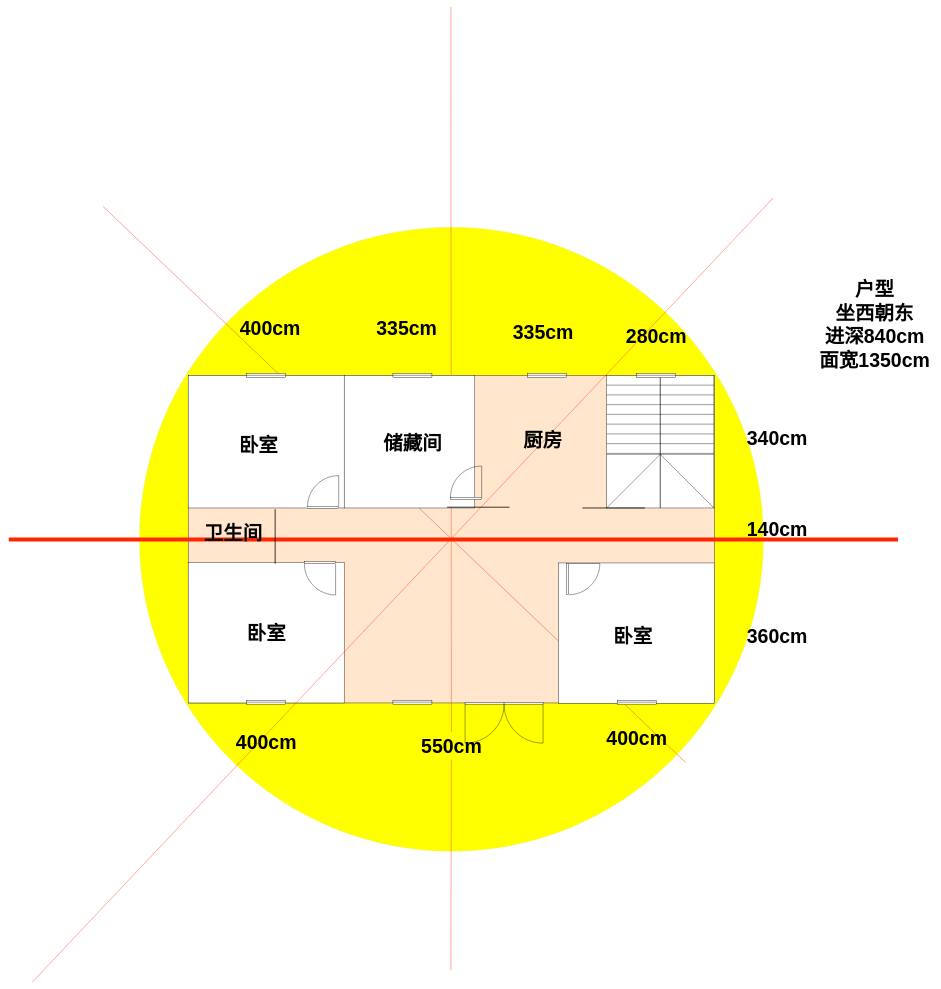
This is 方位户型.drawio from lbrjms/app, a draw.io file, before an edit. Source tidied: cells renumbered, new cells numbered last; positions are measured from the earlier drawing's top-left corner, leaving out a move shared by most shapes. Both pictures are drawn from the tidied source at 39%, with x=0, y=0 at pixel (9, 7).
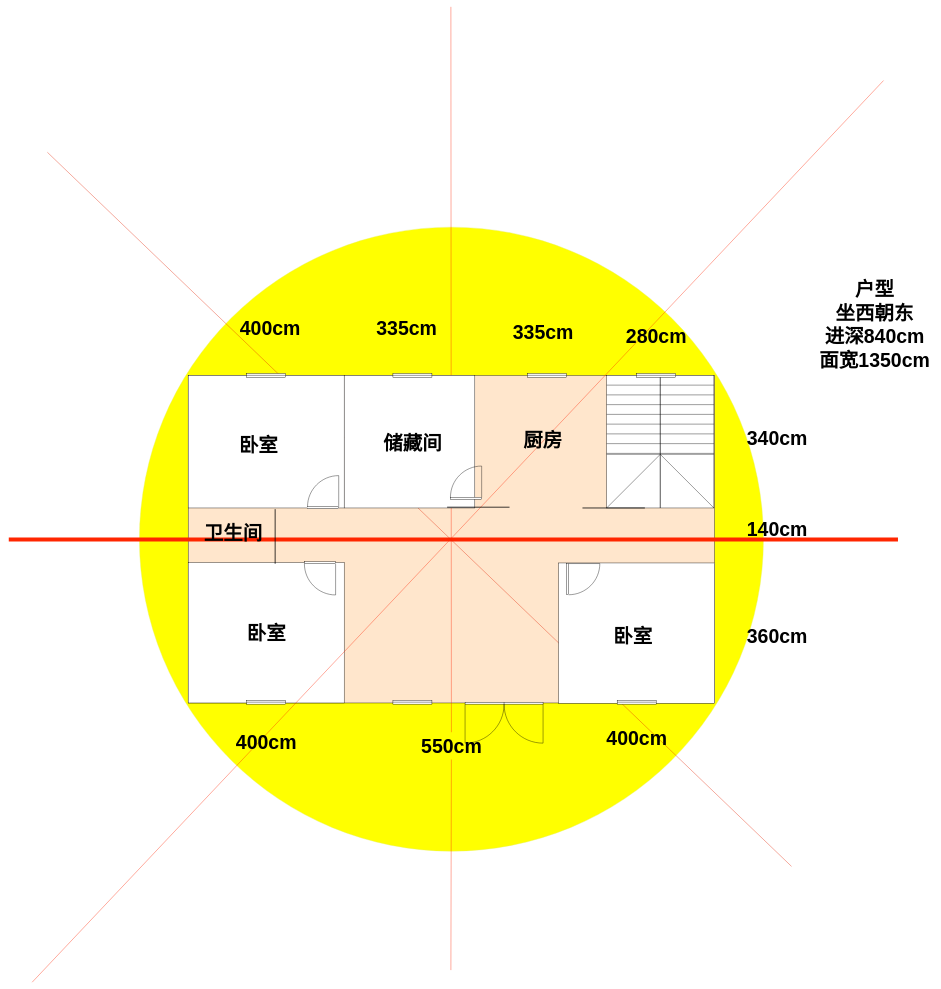
The same diagram, later.

Commit message:
更新方位户型.drawio

Diff of the diagram source:
```diff
@@
-    <mxCell id="6" style="endArrow=none;html=1;rounded=0;exitX=1;exitY=1;exitDx=0;exitDy=0;strokeColor=#e32400;" parent="1" edge="1">
+    <mxCell id="6" style="endArrow=none;html=1;rounded=0;strokeColor=#e32400;" parent="1" edge="1">
       <mxGeometry relative="1" as="geometry">
-        <mxPoint x="1735.7" y="1937.7" as="sourcePoint" />
-        <mxPoint x="242" y="512" as="targetPoint" />
+        <mxPoint x="2007" y="2204" as="sourcePoint" />
+        <mxPoint x="99" y="373" as="targetPoint" />
       </mxGeometry>
     </mxCell>
@@
     <mxCell id="12" style="endArrow=none;html=1;rounded=0;strokeColor=#ff2600;" parent="1" edge="1">
       <mxGeometry relative="1" as="geometry">
         <mxPoint x="60" y="2501" as="sourcePoint" />
-        <mxPoint x="1960" y="490" as="targetPoint" />
+        <mxPoint x="2243" y="189" as="targetPoint" />
       </mxGeometry>
     </mxCell>
```
